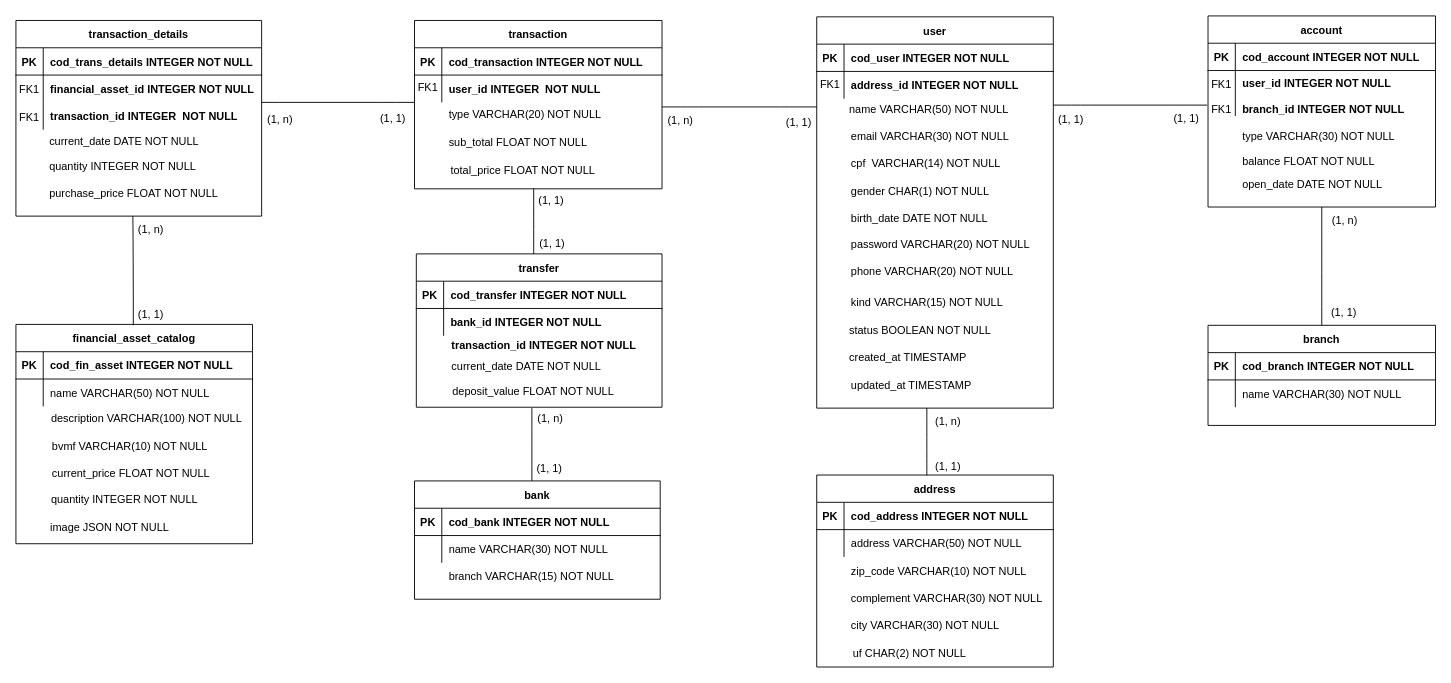
Before: docs/Logical_Schema.drawio in danielbarbozadasilva/financial-system-backend, a draw.io diagram. Source tidied: cells renumbered, new cells numbered last; positions are measured from the earlier drawing's top-left corner, leaving out a move shared by most shapes. Both pictures are drawn from the tidied source at 91%, with x=0, y=0 at pixel (15, 15).
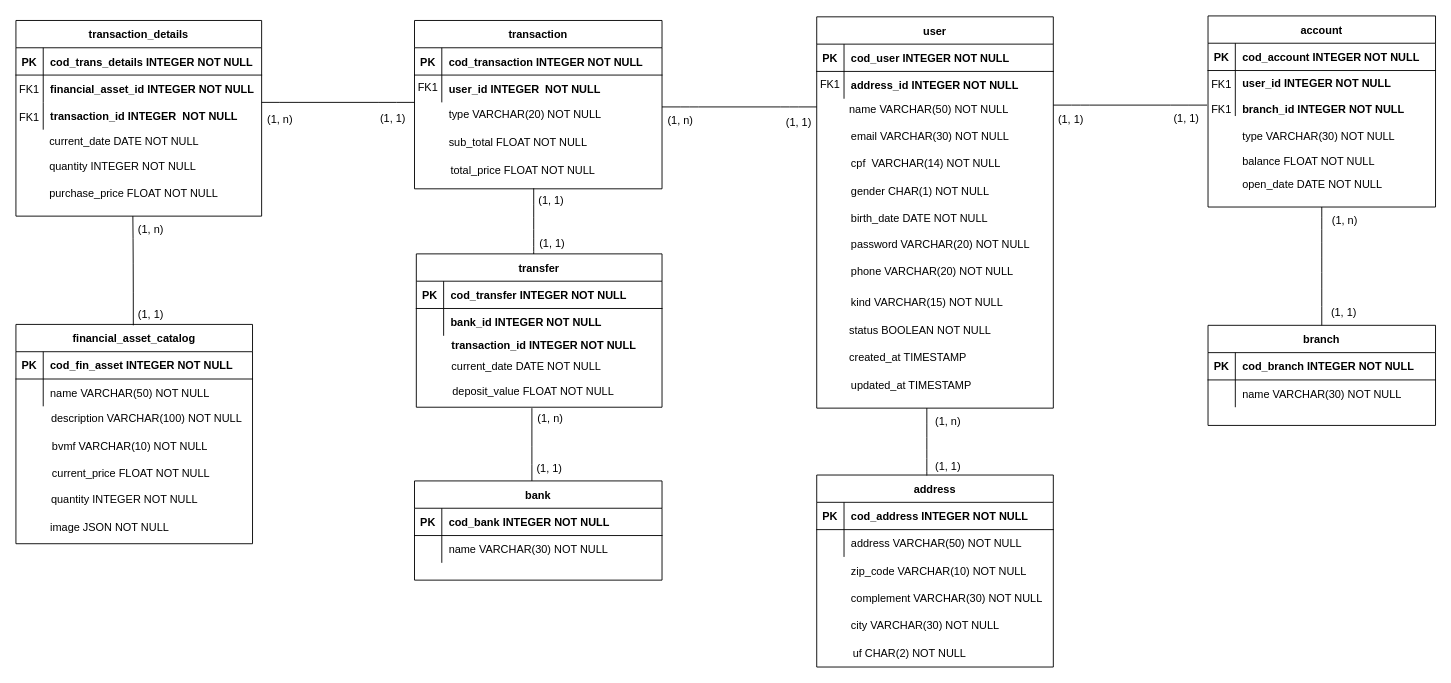
The same page after the edit.

Commit message (it also covers changes not shown here):
docs: update logical schema

Change to the diagram source:
```diff
@@
     <mxCell id="121" value="bank" style="shape=table;startSize=30;childLayout=tableLayout;rowLines=0;fontStyle=1;align=center;" parent="1" vertex="1">
-      <mxGeometry x="438" y="511" width="270" height="130" as="geometry" />
+      <mxGeometry x="438" y="511" width="272" height="109" as="geometry" />
     </mxCell>
     <mxCell id="122" style="shape=partialRectangle;fillColor=none;top=0;left=0;right=0;bottom=1;" parent="121" vertex="1">
-      <mxGeometry y="30" width="270" height="30" as="geometry" />
+      <mxGeometry y="30" width="272" height="30" as="geometry" />
     </mxCell>
@@
     <mxCell id="124" value="cod_bank INTEGER NOT NULL " style="shape=partialRectangle;overflow=hidden;fillColor=none;top=0;left=0;bottom=0;right=0;align=left;spacingLeft=6;fontStyle=1;" parent="122" vertex="1">
-      <mxGeometry x="30" width="240" height="30" as="geometry" />
+      <mxGeometry x="30" width="242" height="30" as="geometry" />
     </mxCell>
     <mxCell id="125" style="shape=partialRectangle;fillColor=none;top=0;left=0;right=0;bottom=0;" parent="121" vertex="1">
-      <mxGeometry y="60" width="270" height="30" as="geometry" />
+      <mxGeometry y="60" width="272" height="30" as="geometry" />
     </mxCell>
@@
     <mxCell id="127" value="name VARCHAR(30) NOT NULL" style="shape=partialRectangle;overflow=hidden;fillColor=none;top=0;left=0;bottom=0;right=0;align=left;spacingLeft=6;" parent="125" vertex="1">
-      <mxGeometry x="30" width="240" height="30" as="geometry" />
+      <mxGeometry x="30" width="242" height="30" as="geometry" />
     </mxCell>
@@
-    <mxCell id="132" value="branch VARCHAR(15) NOT NULL" style="shape=partialRectangle;overflow=hidden;fillColor=none;top=0;left=0;bottom=0;right=0;align=left;spacingLeft=6;" parent="1" vertex="1">
-      <mxGeometry x="468" y="600" width="240" height="30" as="geometry" />
-    </mxCell>
```
